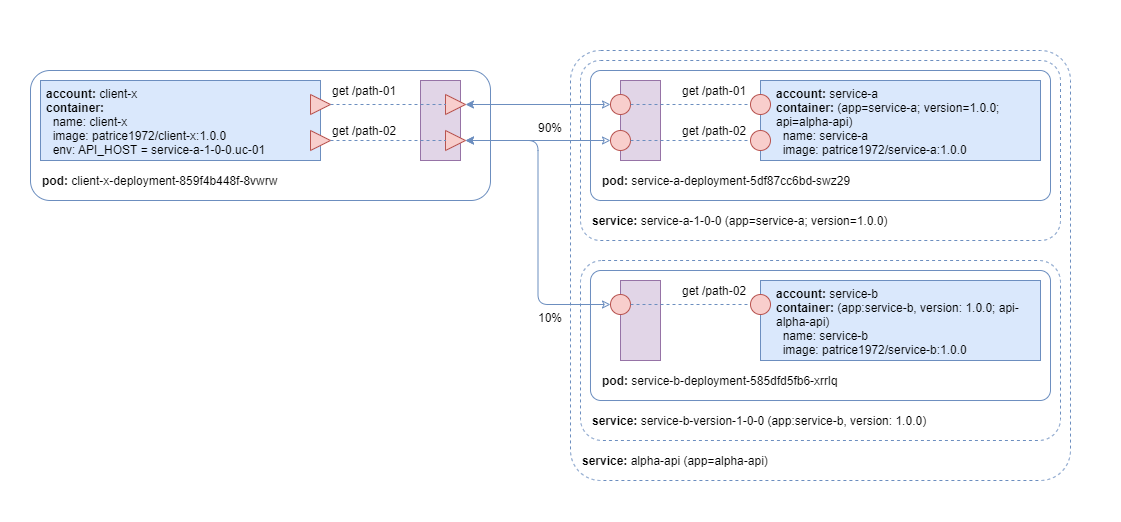
This is uc-01.02.fig-03.png from patricekrakow/service-mesh-use-cases, a draw.io export, as it was before one commit. Source tidied: cells renumbered, new cells last; positions are measured from the earlier drawing's top-left corner, leaving out a move shared by most shapes.
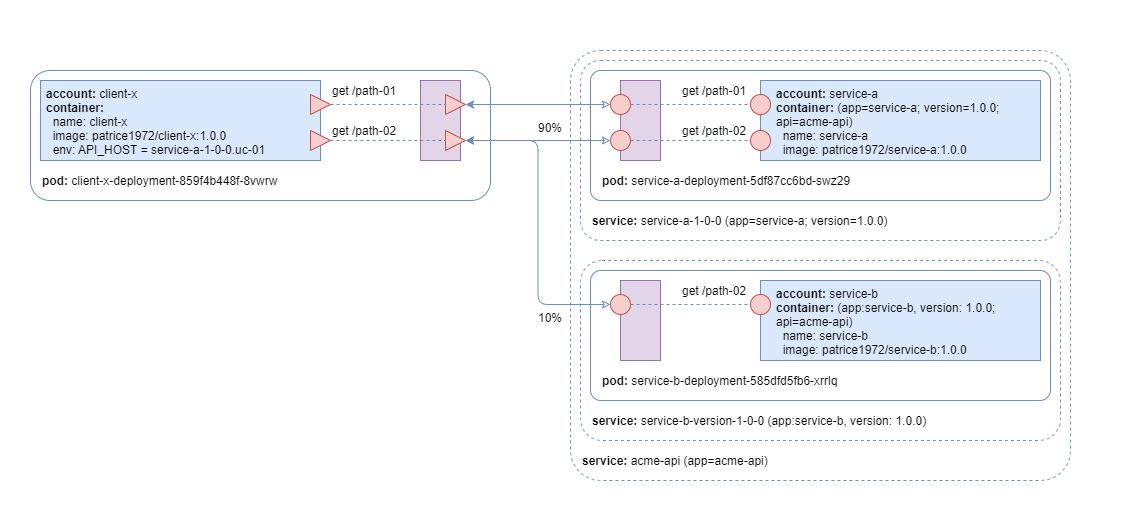
Above is the later version.

Commit message:
Let's replace alpha-api by acme-api

The edit, as a diff of the source:
```diff
@@ -14,7 +14,7 @@
     <mxCell id="5" style="rounded=1;whiteSpace=wrap;html=1;strokeColor=#6c8ebf;fillColor=none;arcSize=8;" parent="1" vertex="1">
       <mxGeometry x="590" y="270" width="460" height="130" as="geometry" />
     </mxCell>
-    <mxCell id="6" value="&lt;blockquote style=&quot;margin: 0 0 0 40px ; border: none ; padding: 0px&quot;&gt;&lt;/blockquote&gt;&lt;b&gt;account:&lt;/b&gt;&amp;nbsp;service-b&lt;br&gt;&lt;b&gt;container:&lt;/b&gt;&amp;nbsp;(app:service-b, version: 1.0.0; api-alpha-api)&lt;br&gt;&amp;nbsp; name: service-b&lt;br&gt;&lt;blockquote style=&quot;margin: 0 0 0 40px ; border: none ; padding: 0px&quot;&gt;&lt;/blockquote&gt;&amp;nbsp; image:&amp;nbsp;patrice1972/service-b:1.0.0" style="rounded=0;whiteSpace=wrap;html=1;fillColor=#dae8fc;strokeColor=#6c8ebf;align=left;labelPosition=center;verticalLabelPosition=middle;verticalAlign=top;spacingLeft=14;" parent="1" vertex="1">
+    <mxCell id="6" value="&lt;blockquote style=&quot;margin: 0 0 0 40px ; border: none ; padding: 0px&quot;&gt;&lt;/blockquote&gt;&lt;b&gt;account:&lt;/b&gt;&amp;nbsp;service-b&lt;br&gt;&lt;b&gt;container:&lt;/b&gt;&amp;nbsp;(app:service-b, version: 1.0.0; api=acme-api)&lt;br&gt;&amp;nbsp; name: service-b&lt;br&gt;&lt;blockquote style=&quot;margin: 0 0 0 40px ; border: none ; padding: 0px&quot;&gt;&lt;/blockquote&gt;&amp;nbsp; image:&amp;nbsp;patrice1972/service-b:1.0.0" style="rounded=0;whiteSpace=wrap;html=1;fillColor=#dae8fc;strokeColor=#6c8ebf;align=left;labelPosition=center;verticalLabelPosition=middle;verticalAlign=top;spacingLeft=14;" parent="1" vertex="1">
       <mxGeometry x="760" y="280" width="280" height="80" as="geometry" />
     </mxCell>
     <mxCell id="7" value="get /path-02" style="text;html=1;strokeColor=none;fillColor=none;align=left;verticalAlign=middle;whiteSpace=wrap;rounded=0;dashed=1;" parent="1" vertex="1">
@@ -71,7 +71,7 @@
     <mxCell id="24" style="rounded=1;whiteSpace=wrap;html=1;strokeColor=#6c8ebf;fillColor=none;arcSize=8;" parent="1" vertex="1">
       <mxGeometry x="590" y="70" width="460" height="130" as="geometry" />
     </mxCell>
-    <mxCell id="25" value="&lt;b&gt;account:&lt;/b&gt;&amp;nbsp;service-a&lt;br&gt;&lt;b&gt;container:&amp;nbsp;&lt;/b&gt;(app=service-a; version=1.0.0; api=alpha-api)&lt;br&gt;&amp;nbsp; name: service-a&lt;br&gt;&lt;blockquote style=&quot;margin: 0px 0px 0px 40px ; border: none ; padding: 0px&quot;&gt;&lt;/blockquote&gt;&amp;nbsp; image:&amp;nbsp;patrice1972/service-a:1.0.0&lt;br&gt;&lt;blockquote style=&quot;margin: 0 0 0 40px ; border: none ; padding: 0px&quot;&gt;&lt;/blockquote&gt;" style="rounded=0;whiteSpace=wrap;html=1;fillColor=#dae8fc;strokeColor=#6c8ebf;align=left;labelPosition=center;verticalLabelPosition=middle;verticalAlign=top;spacingLeft=14;" parent="1" vertex="1">
+    <mxCell id="25" value="&lt;b&gt;account:&lt;/b&gt;&amp;nbsp;service-a&lt;br&gt;&lt;b&gt;container:&amp;nbsp;&lt;/b&gt;(app=service-a; version=1.0.0; api=acme-api)&lt;br&gt;&amp;nbsp; name: service-a&lt;br&gt;&lt;blockquote style=&quot;margin: 0px 0px 0px 40px ; border: none ; padding: 0px&quot;&gt;&lt;/blockquote&gt;&amp;nbsp; image:&amp;nbsp;patrice1972/service-a:1.0.0&lt;br&gt;&lt;blockquote style=&quot;margin: 0 0 0 40px ; border: none ; padding: 0px&quot;&gt;&lt;/blockquote&gt;" style="rounded=0;whiteSpace=wrap;html=1;fillColor=#dae8fc;strokeColor=#6c8ebf;align=left;labelPosition=center;verticalLabelPosition=middle;verticalAlign=top;spacingLeft=14;" parent="1" vertex="1">
       <mxGeometry x="760" y="80" width="280" height="80" as="geometry" />
     </mxCell>
     <mxCell id="26" value="get /path-01" style="text;html=1;strokeColor=none;fillColor=none;align=left;verticalAlign=middle;whiteSpace=wrap;rounded=0;dashed=1;" parent="1" vertex="1">
@@ -122,7 +122,7 @@
     <mxCell id="41" style="endArrow=none;html=1;fillColor=#dae8fc;strokeColor=#6c8ebf;dashed=1;exitX=1;exitY=0.5;exitDx=0;exitDy=0;entryX=0;entryY=0.5;entryDx=0;entryDy=0;" parent="1" edge="1" source="34" target="31">
       <mxGeometry relative="1" as="geometry" />
     </mxCell>
-    <mxCell id="42" value="&lt;b&gt;service:&lt;/b&gt;&amp;nbsp;alpha-api (app=alpha-api)" style="text;html=1;strokeColor=none;fillColor=none;align=left;verticalAlign=middle;whiteSpace=wrap;rounded=0;dashed=1;" parent="1" vertex="1">
+    <mxCell id="42" value="&lt;b&gt;service:&lt;/b&gt;&amp;nbsp;acme-api (app=acme-api)" style="text;html=1;strokeColor=none;fillColor=none;align=left;verticalAlign=middle;whiteSpace=wrap;rounded=0;dashed=1;" parent="1" vertex="1">
       <mxGeometry x="580" y="450" width="370" height="20" as="geometry" />
     </mxCell>
     <mxCell id="43" style="endArrow=classic;startArrow=classic;html=1;fillColor=#dae8fc;strokeColor=#6c8ebf;exitX=1;exitY=0.5;exitDx=0;exitDy=0;entryX=0;entryY=0.5;entryDx=0;entryDy=0;endFill=0;edgeStyle=orthogonalEdgeStyle;" parent="1" edge="1" source="21" target="10">
```
